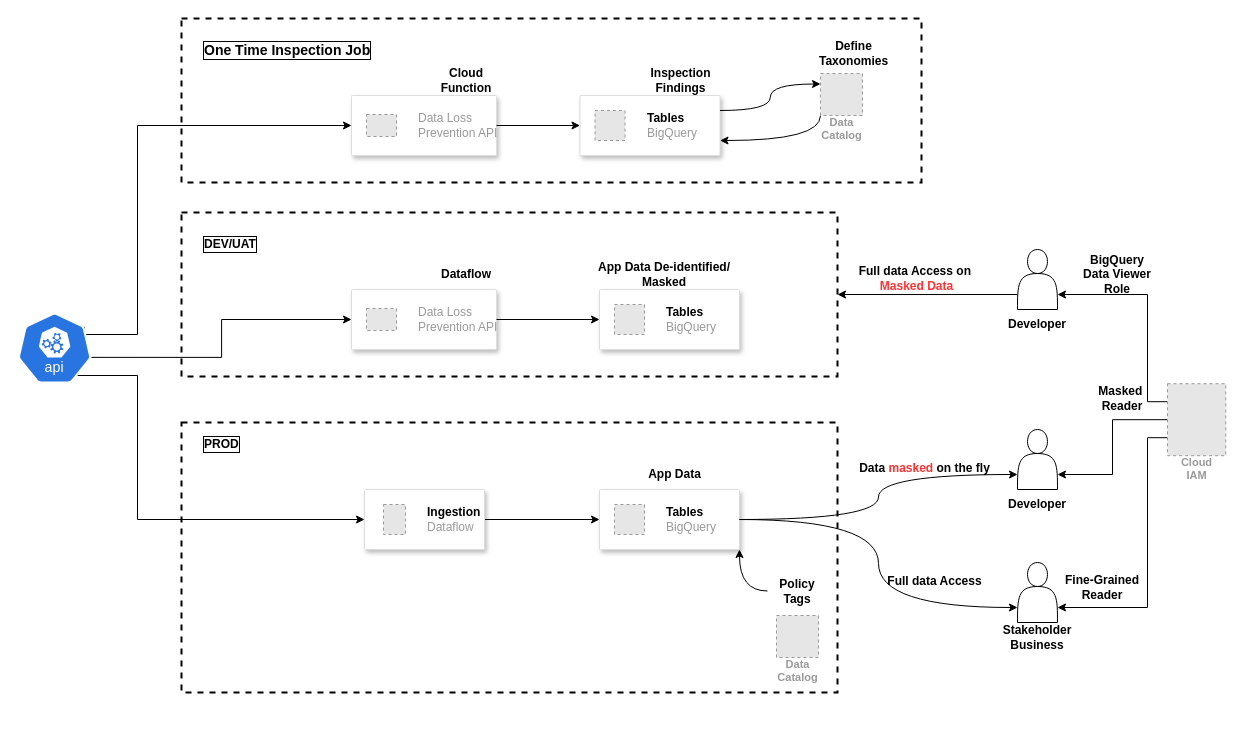
This is PFP-Sample/PFP-Access-Control.drawio from harshaldharme/ProjectSpaces, a draw.io file, before an edit. Source tidied: cells renumbered, new cells numbered last; positions are measured from the earlier drawing's top-left corner, leaving out a move shared by most shapes. Both pictures are drawn from the tidied source at 100%, with x=0, y=0 at pixel (17, 18). Pictures stored in the file or linked from it are replaced by grey dashed boxes.
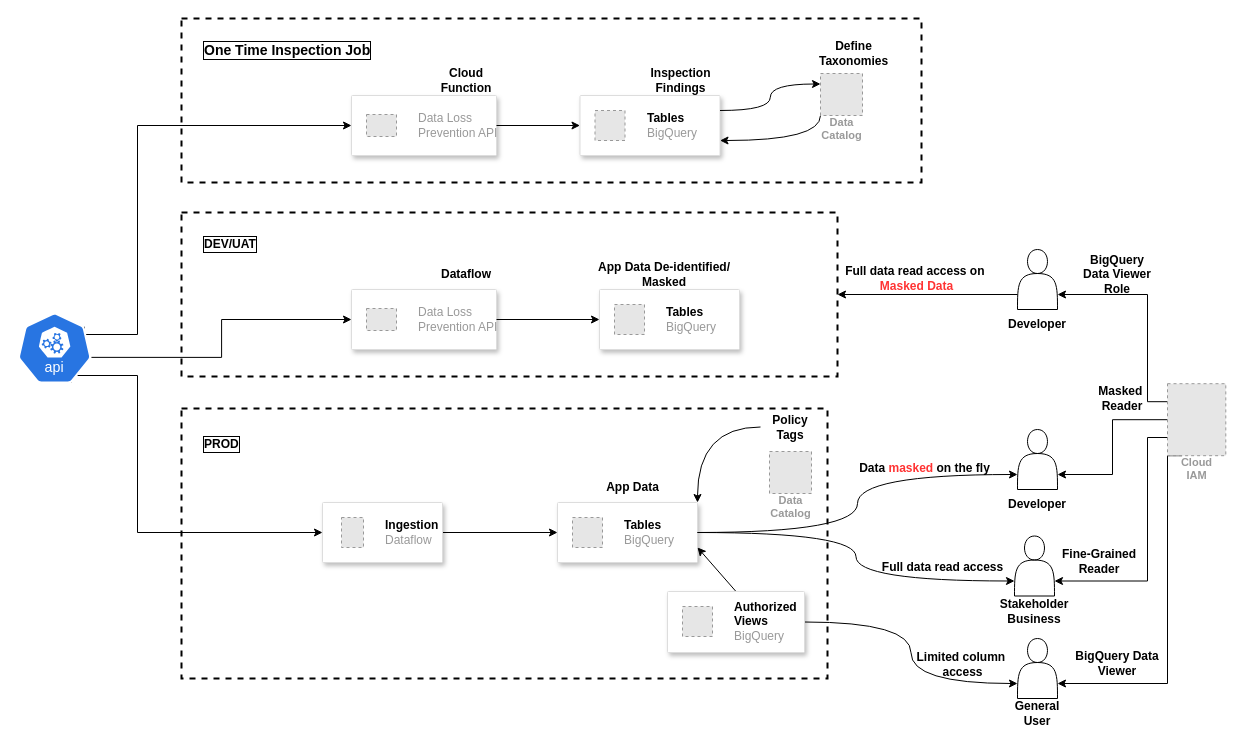
Above is the later version.

Unchanged cells that the change refers to:
```xml
<mxCell id="27" style="strokeColor=#dddddd;shadow=1;strokeWidth=1;rounded=1;absoluteArcSize=1;arcSize=2;" parent="26" vertex="1">
  <mxGeometry y="20" width="140" height="60" as="geometry" />
</mxCell>
<mxCell id="46" value="Policy Tags" style="text;html=1;align=center;verticalAlign=middle;whiteSpace=wrap;rounded=0;fontStyle=1;" parent="44" vertex="1">
  <mxGeometry width="60" height="37" as="geometry" />
</mxCell>
<mxCell id="49" style="shape=actor;whiteSpace=wrap;html=1;" parent="48" vertex="1">
  <mxGeometry x="10" width="40" height="60" as="geometry" />
</mxCell>
<mxCell id="58" style="sketch=0;html=1;dashed=0;whitespace=wrap;verticalLabelPosition=bottom;verticalAlign=top;fillColor=#2875E2;strokeColor=#ffffff;points=[[0.005,0.63,0],[0.1,0.2,0],[0.9,0.2,0],[0.5,0,0],[0.995,0.63,0],[0.72,0.99,0],[0.5,1,0],[0.28,0.99,0]];shape=mxgraph.kubernetes.icon2;kubernetesLabel=1;prIcon=api;" parent="1" vertex="1">
  <mxGeometry y="294" width="74.2" height="71.2" as="geometry" />
</mxCell>
<mxCell id="62" value="Cloud&#10;IAM" style="fillColor=#E6E6E6;strokeColor=#999999;dashed=1;html=1;verticalAlign=top;labelPosition=center;verticalLabelPosition=bottom;align=center;spacingTop=-6;fontSize=11;fontStyle=1;fontColor=#999999;" parent="1" vertex="1">
  <mxGeometry x="1150" y="365.2" width="58.3" height="72" as="geometry" />
</mxCell>
```

What changed in the source:
```diff
@@
     <mxCell id="24" style="rounded=0;fillColor=none;strokeColor=#000000;dashed=1;perimeterSpacing=0;labelBorderColor=none;html=1;verticalAlign=top;strokeWidth=2;" parent="1" vertex="1">
-      <mxGeometry x="164" y="404" width="656" height="270" as="geometry" />
+      <mxGeometry x="164" y="390" width="646" height="270" as="geometry" />
     </mxCell>
@@
     <mxCell id="26" style="group;" parent="1" vertex="1">
-      <mxGeometry x="582" y="451" width="140.5" height="80" as="geometry" />
+      <mxGeometry x="540" y="464" width="140.5" height="80" as="geometry" />
     </mxCell>
@@
     <mxCell id="31" style="strokeColor=#dddddd;shadow=1;strokeWidth=1;rounded=1;absoluteArcSize=1;arcSize=2;" parent="1" vertex="1">
-      <mxGeometry x="347" y="471" width="120" height="60" as="geometry" />
+      <mxGeometry x="305" y="484" width="120" height="60" as="geometry" />
     </mxCell>
@@
-    <mxCell id="42" value="Full data Access on&amp;nbsp;&lt;div&gt;&lt;font color=&quot;#ff3333&quot;&gt;Masked Data&lt;/font&gt;&lt;/div&gt;" style="text;html=1;align=center;verticalAlign=middle;whiteSpace=wrap;rounded=0;fontStyle=1;" parent="1" vertex="1">
+    <mxCell id="42" value="Full data read access on&amp;nbsp;&lt;div&gt;&lt;font color=&quot;#ff3333&quot;&gt;Masked Data&lt;/font&gt;&lt;/div&gt;" style="text;html=1;align=center;verticalAlign=middle;whiteSpace=wrap;rounded=0;fontStyle=1;" parent="1" vertex="1">
       <mxGeometry x="812" y="241" width="175" height="37" as="geometry" />
     </mxCell>
-    <mxCell id="43" style="edgeStyle=orthogonalEdgeStyle;rounded=0;jettySize=auto;html=1;exitX=0;exitY=0.5;exitDx=0;exitDy=0;entryX=1;entryY=1;entryDx=0;entryDy=0;curved=1;" parent="1" edge="1" source="46" target="27">
+    <mxCell id="43" style="edgeStyle=orthogonalEdgeStyle;rounded=0;jettySize=auto;html=1;exitX=0;exitY=0.5;exitDx=0;exitDy=0;entryX=1;entryY=0;entryDx=0;entryDy=0;curved=1;" parent="1" edge="1" source="46" target="27">
       <mxGeometry relative="1" as="geometry" />
     </mxCell>
     <mxCell id="44" style="group;" parent="1" vertex="1">
-      <mxGeometry x="750" y="554" width="60" height="85" as="geometry" />
+      <mxGeometry x="743" y="390" width="60" height="85" as="geometry" />
     </mxCell>
@@
     <mxCell id="48" style="group;" parent="1" vertex="1">
-      <mxGeometry x="990" y="544" width="60" height="90" as="geometry" />
+      <mxGeometry x="987" y="517.5" width="60" height="90" as="geometry" />
     </mxCell>
@@
-    <mxCell id="54" value="Full data Access" style="text;html=1;align=center;verticalAlign=middle;whiteSpace=wrap;rounded=0;fontStyle=1;" parent="1" vertex="1">
-      <mxGeometry x="830" y="544" width="175" height="37" as="geometry" />
+    <mxCell id="54" value="Full data read access" style="text;html=1;align=center;verticalAlign=middle;whiteSpace=wrap;rounded=0;fontStyle=1;" parent="1" vertex="1">
+      <mxGeometry x="838" y="530" width="175" height="37" as="geometry" />
     </mxCell>
@@
     <mxCell id="57" style="edgeStyle=orthogonalEdgeStyle;rounded=0;jettySize=auto;html=1;exitX=0.72;exitY=0.99;exitDx=0;exitDy=0;exitPerimeter=0;entryX=0;entryY=0.5;entryDx=0;entryDy=0;" parent="1" edge="1" source="58" target="31">
       <mxGeometry relative="1" as="geometry">
         <Array as="points">
+          <mxPoint x="53" y="357" />
           <mxPoint x="120" y="357" />
-          <mxPoint x="120" y="501" />
+          <mxPoint x="120" y="514" />
         </Array>
       </mxGeometry>
     </mxCell>
@@
-    <mxCell id="61" style="edgeStyle=orthogonalEdgeStyle;rounded=0;jettySize=auto;html=1;exitX=0;exitY=0.75;exitDx=0;exitDy=0;entryX=1;entryY=0.75;entryDx=0;entryDy=0;" parent="1" edge="1" source="62" target="49">
+    <mxCell id="61" style="edgeStyle=orthogonalEdgeStyle;rounded=0;jettySize=auto;html=1;entryX=1;entryY=0.75;entryDx=0;entryDy=0;" parent="1" edge="1" target="49">
       <mxGeometry relative="1" as="geometry">
+        <mxPoint x="1160" y="410" as="sourcePoint" />
         <Array as="points">
           <mxPoint x="1130" y="419" />
-          <mxPoint x="1130" y="589" />
+          <mxPoint x="1130" y="562" />
         </Array>
       </mxGeometry>
     </mxCell>
+    <mxCell id="67" style="edgeStyle=orthogonalEdgeStyle;rounded=0;jettySize=auto;html=1;entryX=1;entryY=0.75;entryDx=0;entryDy=0;exitX=0.25;exitY=1;exitDx=0;exitDy=0;" parent="1" edge="1" source="62" target="73">
+      <mxGeometry relative="1" as="geometry">
+        <Array as="points">
+          <mxPoint x="1150" y="437" />
+          <mxPoint x="1150" y="665" />
+        </Array>
+      </mxGeometry>
+    </mxCell>
@@
     <mxCell id="64" value="&lt;b&gt;Fine-Grained&lt;br&gt;Reader&lt;/b&gt;" style="text;html=1;align=center;verticalAlign=middle;whiteSpace=wrap;rounded=0;" parent="1" vertex="1">
-      <mxGeometry x="1040" y="554" width="90" height="30" as="geometry" />
+      <mxGeometry x="1037" y="527.5" width="90" height="30" as="geometry" />
     </mxCell>
@@
+    <mxCell id="68" style="rounded=0;jettySize=auto;html=1;exitX=0.5;exitY=0;exitDx=0;exitDy=0;entryX=1;entryY=0.75;entryDx=0;entryDy=0;" parent="1" edge="1" source="70" target="27">
+      <mxGeometry relative="1" as="geometry" />
+    </mxCell>
+    <mxCell id="69" style="edgeStyle=orthogonalEdgeStyle;rounded=0;jettySize=auto;html=1;exitX=1;exitY=0.5;exitDx=0;exitDy=0;entryX=0;entryY=0.75;entryDx=0;entryDy=0;curved=1;" parent="1" edge="1" source="70" target="73">
+      <mxGeometry relative="1" as="geometry" />
+    </mxCell>
+    <mxCell id="70" style="strokeColor=#dddddd;shadow=1;strokeWidth=1;rounded=1;absoluteArcSize=1;arcSize=2;" parent="1" vertex="1">
+      <mxGeometry x="650" y="573" width="137" height="61" as="geometry" />
+    </mxCell>
+    <mxCell id="71" value="&lt;font color=&quot;#000000&quot;&gt;&lt;b&gt;Authorized&amp;nbsp;&lt;/b&gt;&lt;/font&gt;&lt;div&gt;&lt;font color=&quot;#000000&quot;&gt;&lt;b&gt;Views&lt;/b&gt;&lt;/font&gt;&lt;br&gt;BigQuery&lt;/div&gt;" style="fillColor=#E6E6E6;strokeColor=#999999;dashed=1;html=1;fontColor=#999999;verticalLabelPosition=middle;verticalAlign=middle;labelPosition=right;align=left;spacingLeft=20;" parent="70" vertex="1">
+      <mxGeometry width="30" height="30" relative="1" as="geometry">
+        <mxPoint x="15" y="15" as="offset" />
+      </mxGeometry>
+    </mxCell>
+    <mxCell id="72" style="group;" parent="1" vertex="1">
+      <mxGeometry x="990" y="620" width="60" height="90" as="geometry" />
+    </mxCell>
+    <mxCell id="73" style="shape=actor;whiteSpace=wrap;html=1;" parent="72" vertex="1">
+      <mxGeometry x="10" width="40" height="60" as="geometry" />
+    </mxCell>
+    <mxCell id="74" value="&lt;b&gt;General User&lt;/b&gt;" style="text;html=1;align=center;verticalAlign=middle;whiteSpace=wrap;rounded=0;" parent="72" vertex="1">
+      <mxGeometry y="60" width="60" height="30" as="geometry" />
+    </mxCell>
+    <mxCell id="75" value="&lt;b&gt;BigQuery Data Viewer&lt;/b&gt;" style="text;html=1;align=center;verticalAlign=middle;whiteSpace=wrap;rounded=0;" parent="1" vertex="1">
+      <mxGeometry x="1055" y="630" width="90" height="30" as="geometry" />
+    </mxCell>
+    <mxCell id="76" value="Limited column&amp;nbsp;&lt;div&gt;access&lt;/div&gt;" style="text;html=1;align=center;verticalAlign=middle;whiteSpace=wrap;rounded=0;fontStyle=1;" parent="1" vertex="1">
+      <mxGeometry x="898" y="627" width="95" height="37" as="geometry" />
+    </mxCell>
```
